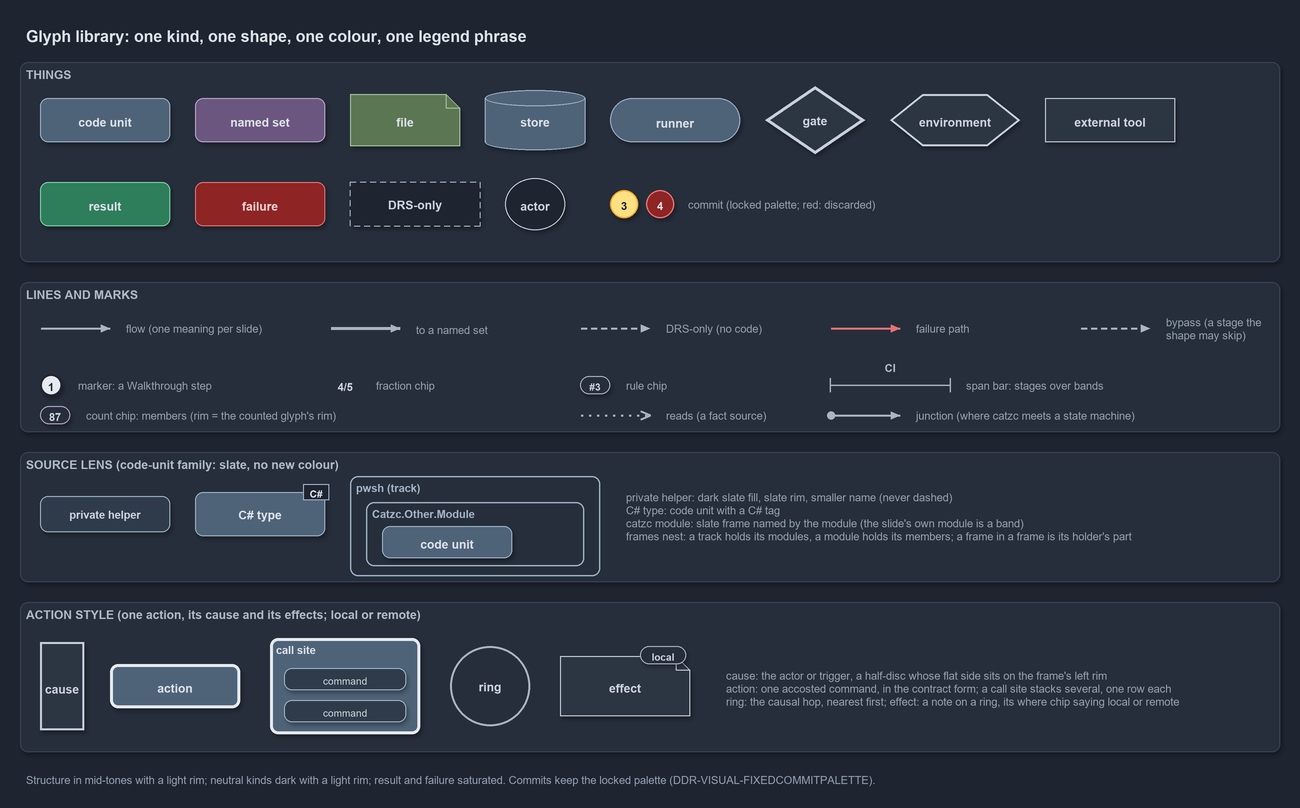
This is docs/explanation/.assets/glyphs.drawio.png from casperease/catzc, a draw.io export, as it was before one commit. Source tidied: cells renumbered, new cells last; positions are measured from the earlier drawing's top-left corner, leaving out a move shared by most shapes.
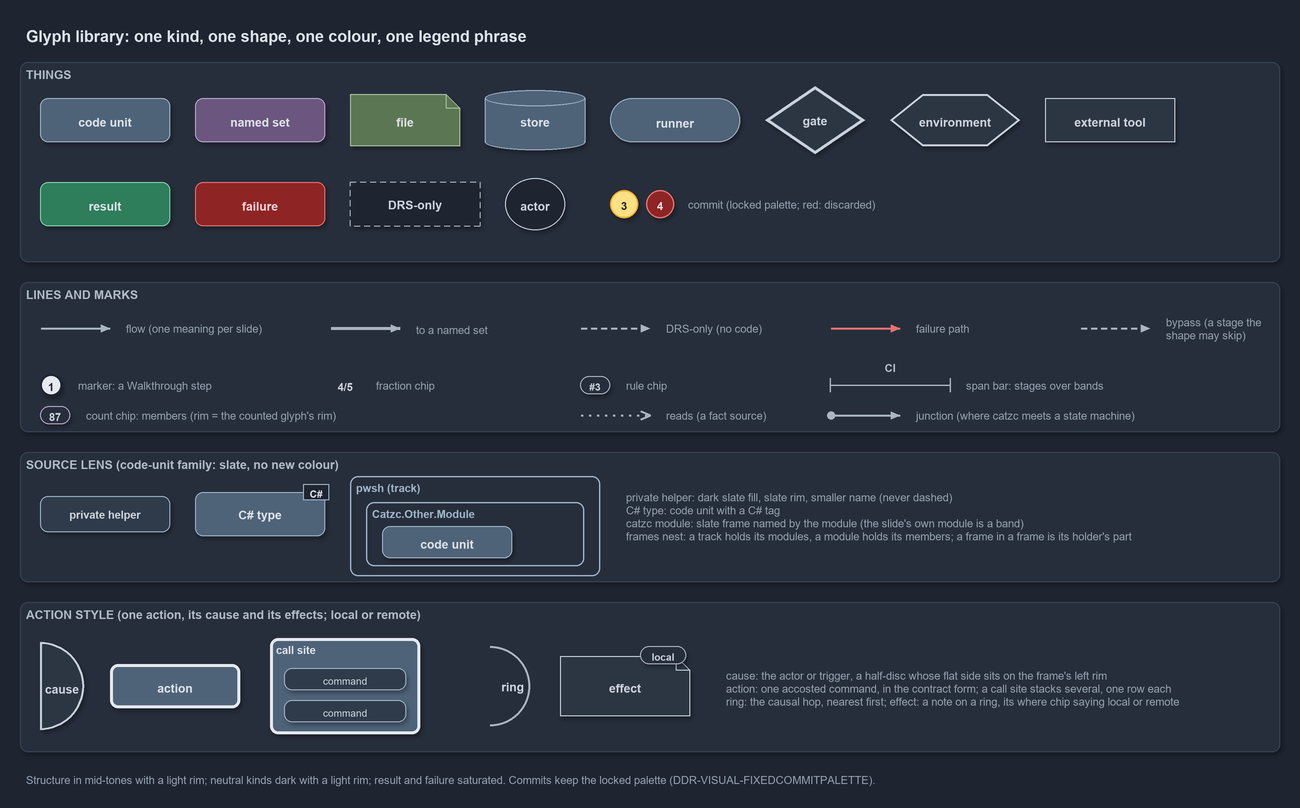
The same file after the commit.

What changed in the source:
```diff
@@ -215,7 +215,7 @@
     <mxCell id="72" value="command" style="rounded=1;whiteSpace=wrap;html=1;arcSize=20;fillColor=#2F3B4A;strokeColor=#9FB3C8;fontColor=#CDD3DC;fontSize=10.5;" parent="70" vertex="1">
       <mxGeometry x="14" y="62" width="122" height="22" as="geometry" />
     </mxCell>
-    <mxCell id="73" value="&lt;b&gt;ring&lt;/b&gt;" style="ellipse;whiteSpace=wrap;html=1;fillColor=none;strokeColor=#AAB4C3;strokeWidth=2;fontColor=#CDD3DC;fontSize=12;shadow=0;" parent="1" vertex="1">
+    <mxCell id="73" value="&lt;b&gt;ring&lt;/b&gt;" style="shape=mxgraph.basic.arc;startAngle=0.75;endAngle=0.25;whiteSpace=wrap;html=1;fillColor=none;strokeColor=#AAB4C3;strokeWidth=2;fontColor=#CDD3DC;fontSize=12;align=right;spacingRight=10;shadow=0;" parent="1" vertex="1">
       <mxGeometry x="430" y="626" width="80" height="80" as="geometry" />
     </mxCell>
     <mxCell id="74" value="&lt;b&gt;effect&lt;/b&gt;" style="shape=note;size=14;whiteSpace=wrap;html=1;fillColor=#2C3542;strokeColor=#C7D0DB;fontColor=#CDD3DC;fontSize=12;" parent="1" vertex="1">
```
